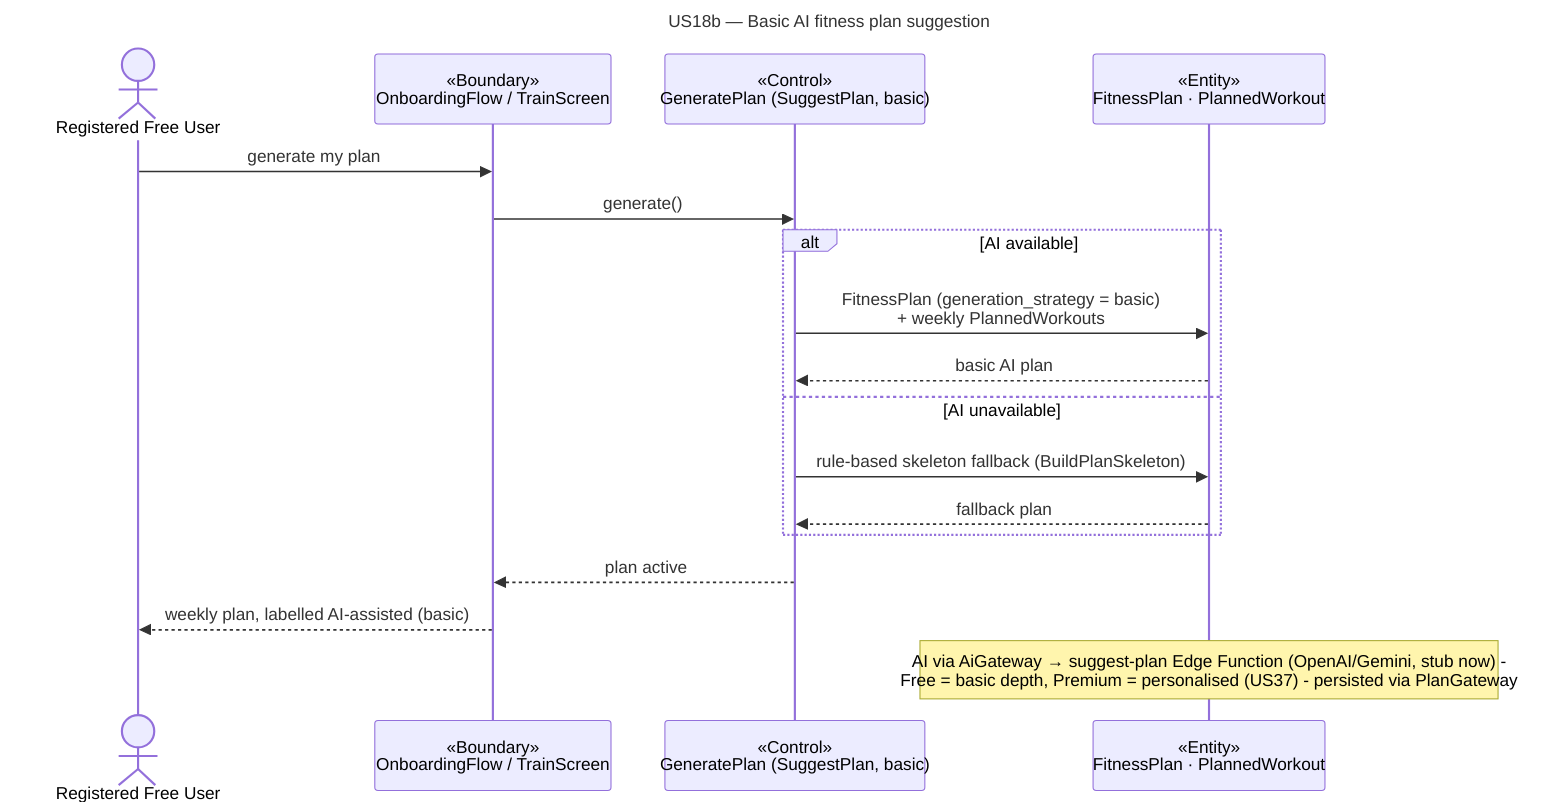
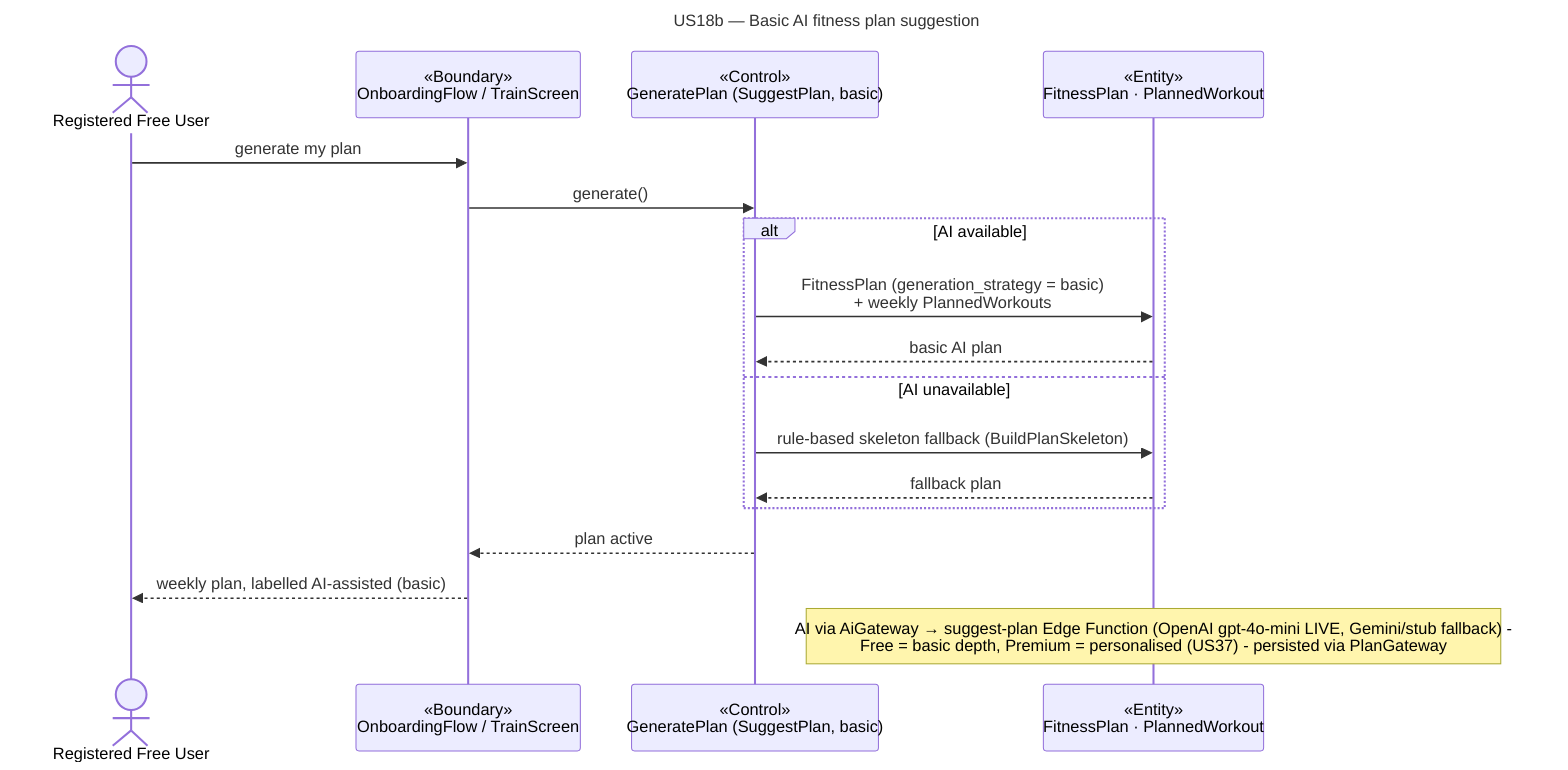
---
title: "US18b — Basic AI fitness plan suggestion"
---
sequenceDiagram
  actor A as Registered Free User
  participant B as «Boundary»<br/>OnboardingFlow / TrainScreen
  participant C as «Control»<br/>GeneratePlan (SuggestPlan, basic)
  participant E as «Entity»<br/>FitnessPlan · PlannedWorkout
  A->>B: generate my plan
  B->>C: generate()
  alt AI available
    C->>E: FitnessPlan (generation_strategy = basic)<br/>+ weekly PlannedWorkouts
    E-->>C: basic AI plan
  else AI unavailable
    C->>E: rule-based skeleton fallback (BuildPlanSkeleton)
    E-->>C: fallback plan
  end
  C-->>B: plan active
  B-->>A: weekly plan, labelled AI-assisted (basic)
-   note over E: AI via AiGateway → suggest-plan Edge Function (OpenAI/Gemini, stub now) -<br/>Free = basic depth, Premium = personalised (US37) - persisted via PlanGateway
+   note over E: AI via AiGateway → suggest-plan Edge Function (OpenAI gpt-4o-mini LIVE, Gemini/stub fallback) -<br/>Free = basic depth, Premium = personalised (US37) - persisted via PlanGateway
